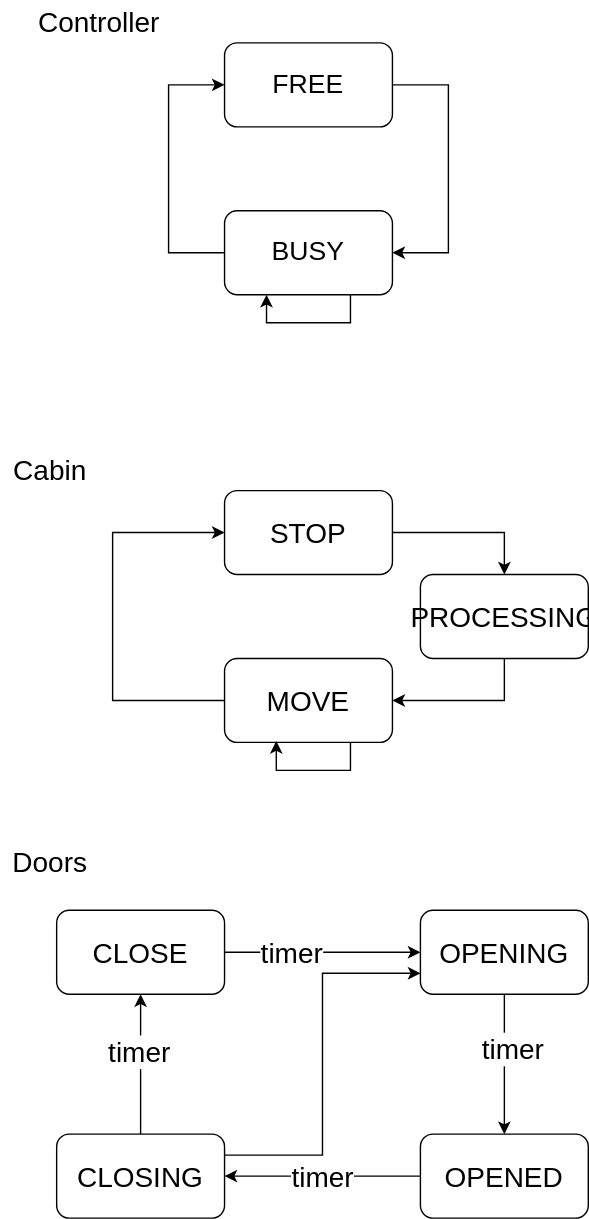
The draw.io diagram lab_04/docs/lab_04.svg in ivaaahn/bmstu-oop, before a commit. Source tidied: cells renumbered, new cells last; positions are measured from the earlier drawing's top-left corner, leaving out a move shared by most shapes.
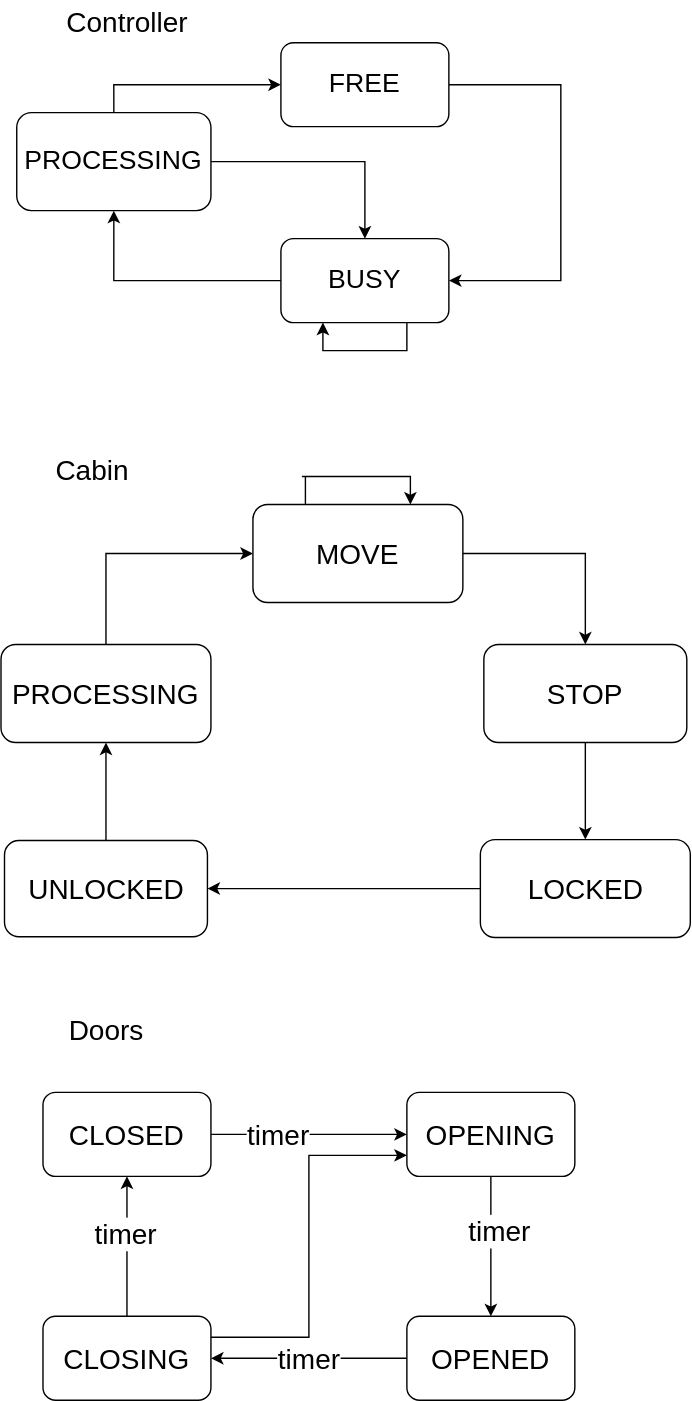
The same diagram one commit later.

Commit message:
diagram was updatet

What changed in the source:
```diff
@@ -2,33 +2,28 @@
   <root>
     <mxCell id="0" />
     <mxCell id="1" parent="0" />
-    <mxCell id="2" style="edgeStyle=orthogonalEdgeStyle;rounded=0;jettySize=auto;html=1;exitX=1;exitY=0.5;exitDx=0;exitDy=0;entryX=1;entryY=0.5;entryDx=0;entryDy=0;fontSize=19;" parent="1" edge="1" source="3" target="7">
+    <mxCell id="2" style="edgeStyle=orthogonalEdgeStyle;rounded=0;jettySize=auto;html=1;exitX=1;exitY=0.5;exitDx=0;exitDy=0;fontSize=20;entryX=1;entryY=0.5;entryDx=0;entryDy=0;" parent="1" edge="1" source="3" target="7">
       <mxGeometry relative="1" as="geometry">
         <Array as="points">
-          <mxPoint x="320" y="60" />
-          <mxPoint x="320" y="180" />
+          <mxPoint x="360" y="60" />
+          <mxPoint x="360" y="200" />
         </Array>
       </mxGeometry>
     </mxCell>
     <mxCell id="3" value="FREE" style="rounded=1;whiteSpace=wrap;html=1;fontSize=19;" parent="1" vertex="1">
       <mxGeometry x="160" y="30" width="120" height="60" as="geometry" />
     </mxCell>
-    <mxCell id="4" style="edgeStyle=orthogonalEdgeStyle;rounded=0;jettySize=auto;html=1;exitX=0.5;exitY=1;exitDx=0;exitDy=0;entryX=1;entryY=0.5;entryDx=0;entryDy=0;fontSize=20;" parent="1" edge="1" source="5" target="12">
-      <mxGeometry relative="1" as="geometry" />
-    </mxCell>
+    <mxCell id="29" style="edgeStyle=orthogonalEdgeStyle;rounded=0;jettySize=auto;html=1;exitX=0.5;exitY=1;exitDx=0;exitDy=0;fontSize=20;entryX=0.5;entryY=0;entryDx=0;entryDy=0;" parent="1" edge="1" source="5" target="33">
+      <mxGeometry relative="1" as="geometry" />
+    </mxCell>
-    <mxCell id="5" value="WAIT" style="rounded=1;whiteSpace=wrap;html=1;fontSize=20;" parent="1" vertex="1">
-      <mxGeometry x="300" y="410" width="120" height="60" as="geometry" />
+    <mxCell id="5" value="STOP" style="rounded=1;whiteSpace=wrap;html=1;fontSize=20;" parent="1" vertex="1">
+      <mxGeometry x="305" y="460" width="145" height="70" as="geometry" />
     </mxCell>
-    <mxCell id="6" style="edgeStyle=orthogonalEdgeStyle;rounded=0;jettySize=auto;html=1;exitX=0;exitY=0.5;exitDx=0;exitDy=0;entryX=0;entryY=0.5;entryDx=0;entryDy=0;fontSize=19;" parent="1" edge="1" source="7" target="3">
-      <mxGeometry relative="1" as="geometry">
-        <Array as="points">
-          <mxPoint x="120" y="180" />
-          <mxPoint x="120" y="60" />
-        </Array>
-      </mxGeometry>
-    </mxCell>
+    <mxCell id="30" style="edgeStyle=orthogonalEdgeStyle;rounded=0;jettySize=auto;html=1;exitX=0;exitY=0.5;exitDx=0;exitDy=0;entryX=0.5;entryY=1;entryDx=0;entryDy=0;fontSize=20;" parent="1" edge="1" source="7" target="39">
+      <mxGeometry relative="1" as="geometry" />
+    </mxCell>
     <mxCell id="7" value="BUSY" style="rounded=1;whiteSpace=wrap;html=1;fontSize=19;" parent="1" vertex="1">
-      <mxGeometry x="160" y="150" width="120" height="60" as="geometry" />
+      <mxGeometry x="160" y="170" width="120" height="60" as="geometry" />
     </mxCell>
     <mxCell id="8" style="edgeStyle=orthogonalEdgeStyle;rounded=0;orthogonalLoop=1;jettySize=auto;html=1;exitX=0.75;exitY=1;exitDx=0;exitDy=0;entryX=0.25;entryY=1;entryDx=0;entryDy=0;fontSize=19;" parent="1" edge="1" source="7" target="7">
       <mxGeometry relative="1" as="geometry" />
@@ -36,28 +31,15 @@
     <mxCell id="9" style="edgeStyle=orthogonalEdgeStyle;rounded=0;jettySize=auto;html=1;exitX=1;exitY=0.5;exitDx=0;exitDy=0;entryX=0.5;entryY=0;entryDx=0;entryDy=0;fontSize=20;" parent="1" edge="1" source="10" target="5">
       <mxGeometry relative="1" as="geometry" />
     </mxCell>
-    <mxCell id="10" value="STOP" style="rounded=1;whiteSpace=wrap;html=1;fontSize=20;" parent="1" vertex="1">
-      <mxGeometry x="160" y="350" width="120" height="60" as="geometry" />
+    <mxCell id="10" value="MOVE" style="rounded=1;whiteSpace=wrap;html=1;fontSize=20;" parent="1" vertex="1">
+      <mxGeometry x="140" y="360" width="150" height="70" as="geometry" />
     </mxCell>
-    <mxCell id="11" style="edgeStyle=orthogonalEdgeStyle;rounded=0;jettySize=auto;html=1;exitX=0;exitY=0.5;exitDx=0;exitDy=0;entryX=0;entryY=0.5;entryDx=0;entryDy=0;fontSize=20;" parent="1" edge="1" source="12" target="10">
-      <mxGeometry relative="1" as="geometry">
-        <Array as="points">
-          <mxPoint x="80" y="500" />
-          <mxPoint x="80" y="380" />
-        </Array>
-      </mxGeometry>
-    </mxCell>
+    <mxCell id="31" style="edgeStyle=orthogonalEdgeStyle;rounded=0;jettySize=auto;html=1;exitX=0.5;exitY=0;exitDx=0;exitDy=0;entryX=0.5;entryY=1;entryDx=0;entryDy=0;fontSize=20;" parent="1" edge="1" source="12" target="35">
+      <mxGeometry relative="1" as="geometry" />
+    </mxCell>
-    <mxCell id="12" value="MOVE" style="rounded=1;whiteSpace=wrap;html=1;fontSize=20;" parent="1" vertex="1">
-      <mxGeometry x="160" y="470" width="120" height="60" as="geometry" />
+    <mxCell id="12" value="UNLOCKED" style="rounded=1;whiteSpace=wrap;html=1;fontSize=20;" parent="1" vertex="1">
+      <mxGeometry x="-37.5" y="600" width="145" height="68.8" as="geometry" />
     </mxCell>
-    <mxCell id="13" style="edgeStyle=orthogonalEdgeStyle;rounded=0;orthogonalLoop=1;jettySize=auto;html=1;exitX=0.75;exitY=1;exitDx=0;exitDy=0;entryX=0.308;entryY=0.983;entryDx=0;entryDy=0;entryPerimeter=0;fontSize=20;" parent="1" edge="1" source="12" target="12">
-      <mxGeometry relative="1" as="geometry">
-        <Array as="points">
-          <mxPoint x="250" y="550" />
-          <mxPoint x="197" y="550" />
-        </Array>
-      </mxGeometry>
-    </mxCell>
     <mxCell id="14" style="edgeStyle=orthogonalEdgeStyle;rounded=0;jettySize=auto;html=1;exitX=0.5;exitY=1;exitDx=0;exitDy=0;entryX=0.5;entryY=0;entryDx=0;entryDy=0;fontSize=20;" parent="1" edge="1" source="16" target="21">
       <mxGeometry relative="1" as="geometry" />
     </mxCell>
@@ -65,7 +47,7 @@
       <mxGeometry x="-0.24" y="5" relative="1" as="geometry" />
     </mxCell>
     <mxCell id="16" value="OPENING" style="rounded=1;whiteSpace=wrap;html=1;fontSize=20;" parent="1" vertex="1">
-      <mxGeometry x="300" y="650" width="120" height="60" as="geometry" />
+      <mxGeometry x="250" y="780" width="120" height="60" as="geometry" />
     </mxCell>
     <mxCell id="17" style="edgeStyle=orthogonalEdgeStyle;rounded=0;jettySize=auto;html=1;exitX=1;exitY=0.5;exitDx=0;exitDy=0;entryX=0;entryY=0.5;entryDx=0;entryDy=0;fontSize=20;" parent="1" edge="1" source="19" target="16">
       <mxGeometry relative="1" as="geometry" />
@@ -73,19 +55,19 @@
     <mxCell id="18" value="timer" style="edgeLabel;html=1;align=center;verticalAlign=middle;fontSize=20;" parent="17" vertex="1">
       <mxGeometry x="-0.33" y="1" relative="1" as="geometry" />
     </mxCell>
-    <mxCell id="19" value="CLOSE" style="rounded=1;whiteSpace=wrap;html=1;fontSize=20;" parent="1" vertex="1">
-      <mxGeometry x="40" y="650" width="120" height="60" as="geometry" />
+    <mxCell id="19" value="CLOSED" style="rounded=1;whiteSpace=wrap;html=1;fontSize=20;" parent="1" vertex="1">
+      <mxGeometry x="-10" y="780" width="120" height="60" as="geometry" />
     </mxCell>
     <mxCell id="20" value="&lt;meta charset=&quot;utf-8&quot; style=&quot;font-size: 20px;&quot;&gt;&lt;span style=&quot;color: rgb(0, 0, 0); font-family: helvetica; font-size: 20px; font-style: normal; font-weight: 400; letter-spacing: normal; text-align: center; text-indent: 0px; text-transform: none; word-spacing: 0px; background-color: rgb(255, 255, 255); display: inline; float: none;&quot;&gt;timer&lt;/span&gt;" style="edgeStyle=orthogonalEdgeStyle;rounded=0;jettySize=auto;html=1;exitX=0;exitY=0.5;exitDx=0;exitDy=0;entryX=1;entryY=0.5;entryDx=0;entryDy=0;fontSize=20;" parent="1" edge="1" source="21" target="25">
       <mxGeometry relative="1" as="geometry">
         <Array as="points">
-          <mxPoint x="250" y="840" />
-          <mxPoint x="250" y="840" />
+          <mxPoint x="200" y="970" />
+          <mxPoint x="200" y="970" />
         </Array>
       </mxGeometry>
     </mxCell>
-    <mxCell id="21" value="OPEN" style="rounded=1;whiteSpace=wrap;html=1;fontSize=20;" parent="1" vertex="1">
-      <mxGeometry x="300" y="810" width="120" height="60" as="geometry" />
+    <mxCell id="21" value="OPENED" style="rounded=1;whiteSpace=wrap;html=1;fontSize=20;" parent="1" vertex="1">
+      <mxGeometry x="250" y="940" width="120" height="60" as="geometry" />
     </mxCell>
     <mxCell id="22" style="edgeStyle=orthogonalEdgeStyle;rounded=0;jettySize=auto;html=1;exitX=0.5;exitY=0;exitDx=0;exitDy=0;entryX=0.5;entryY=1;entryDx=0;entryDy=0;fontSize=20;" parent="1" edge="1" source="25" target="19">
       <mxGeometry relative="1" as="geometry" />
@@ -96,22 +78,51 @@
     <mxCell id="24" style="edgeStyle=orthogonalEdgeStyle;rounded=0;jettySize=auto;html=1;exitX=1;exitY=0.25;exitDx=0;exitDy=0;entryX=0;entryY=0.75;entryDx=0;entryDy=0;fontSize=20;" parent="1" edge="1" source="25" target="16">
       <mxGeometry relative="1" as="geometry">
         <Array as="points">
-          <mxPoint x="230" y="825" />
-          <mxPoint x="230" y="695" />
+          <mxPoint x="180" y="955" />
+          <mxPoint x="180" y="825" />
         </Array>
       </mxGeometry>
     </mxCell>
     <mxCell id="25" value="CLOSING" style="rounded=1;whiteSpace=wrap;html=1;fontSize=20;" parent="1" vertex="1">
-      <mxGeometry x="40" y="810" width="120" height="60" as="geometry" />
+      <mxGeometry x="-10" y="940" width="120" height="60" as="geometry" />
     </mxCell>
     <mxCell id="26" value="Doors" style="text;html=1;align=center;verticalAlign=middle;strokeColor=none;fontSize=20;" parent="1" vertex="1">
-      <mxGeometry y="600" width="70" height="30" as="geometry" />
+      <mxGeometry y="720" width="70" height="30" as="geometry" />
     </mxCell>
     <mxCell id="27" value="Cabin" style="text;html=1;align=center;verticalAlign=middle;strokeColor=none;fontSize=20;" parent="1" vertex="1">
-      <mxGeometry y="320" width="70" height="30" as="geometry" />
+      <mxGeometry x="-10" y="320" width="70" height="30" as="geometry" />
     </mxCell>
     <mxCell id="28" value="Controller" style="text;html=1;align=center;verticalAlign=middle;strokeColor=none;fontSize=20;" parent="1" vertex="1">
-      <mxGeometry x="20" width="100" height="30" as="geometry" />
+      <mxGeometry width="100" height="30" as="geometry" />
     </mxCell>
+    <mxCell id="32" style="edgeStyle=orthogonalEdgeStyle;rounded=0;jettySize=auto;html=1;exitX=0;exitY=0.5;exitDx=0;exitDy=0;entryX=1;entryY=0.5;entryDx=0;entryDy=0;fontSize=20;" parent="1" edge="1" source="33" target="12">
+      <mxGeometry relative="1" as="geometry" />
+    </mxCell>
+    <mxCell id="33" value="LOCKED" style="rounded=1;whiteSpace=wrap;html=1;fontSize=20;" parent="1" vertex="1">
+      <mxGeometry x="302.5" y="599.4" width="150" height="70" as="geometry" />
+    </mxCell>
+    <mxCell id="34" style="edgeStyle=orthogonalEdgeStyle;rounded=0;jettySize=auto;html=1;exitX=0.5;exitY=0;exitDx=0;exitDy=0;entryX=0;entryY=0.5;entryDx=0;entryDy=0;fontSize=20;" parent="1" edge="1" source="35" target="10">
+      <mxGeometry relative="1" as="geometry" />
+    </mxCell>
+    <mxCell id="35" value="PROCESSING" style="rounded=1;whiteSpace=wrap;html=1;fontSize=20;" parent="1" vertex="1">
+      <mxGeometry x="-40" y="460" width="150" height="70" as="geometry" />
+    </mxCell>
+    <mxCell id="36" style="edgeStyle=orthogonalEdgeStyle;rounded=0;orthogonalLoop=1;jettySize=auto;html=1;exitX=0.25;exitY=0;exitDx=0;exitDy=0;entryX=0.75;entryY=0;entryDx=0;entryDy=0;fontSize=20;" parent="1" edge="1" source="10" target="10">
+      <mxGeometry relative="1" as="geometry">
+        <Array as="points">
+          <mxPoint x="175" y="340" />
+          <mxPoint x="245" y="340" />
+        </Array>
+      </mxGeometry>
+    </mxCell>
+    <mxCell id="37" style="edgeStyle=orthogonalEdgeStyle;rounded=0;jettySize=auto;html=1;exitX=0.5;exitY=0;exitDx=0;exitDy=0;entryX=0;entryY=0.5;entryDx=0;entryDy=0;fontSize=20;" parent="1" edge="1" source="39" target="3">
+      <mxGeometry relative="1" as="geometry" />
+    </mxCell>
+    <mxCell id="38" style="edgeStyle=orthogonalEdgeStyle;rounded=0;jettySize=auto;html=1;exitX=1;exitY=0.5;exitDx=0;exitDy=0;entryX=0.5;entryY=0;entryDx=0;entryDy=0;fontSize=20;" parent="1" edge="1" source="39" target="7">
+      <mxGeometry relative="1" as="geometry" />
+    </mxCell>
+    <mxCell id="39" value="PROCESSING&lt;br&gt;" style="rounded=1;whiteSpace=wrap;html=1;fontSize=19;" parent="1" vertex="1">
+      <mxGeometry x="-28.8" y="80" width="138.8" height="70" as="geometry" />
+    </mxCell>
   </root>
 </mxGraphModel>
```
